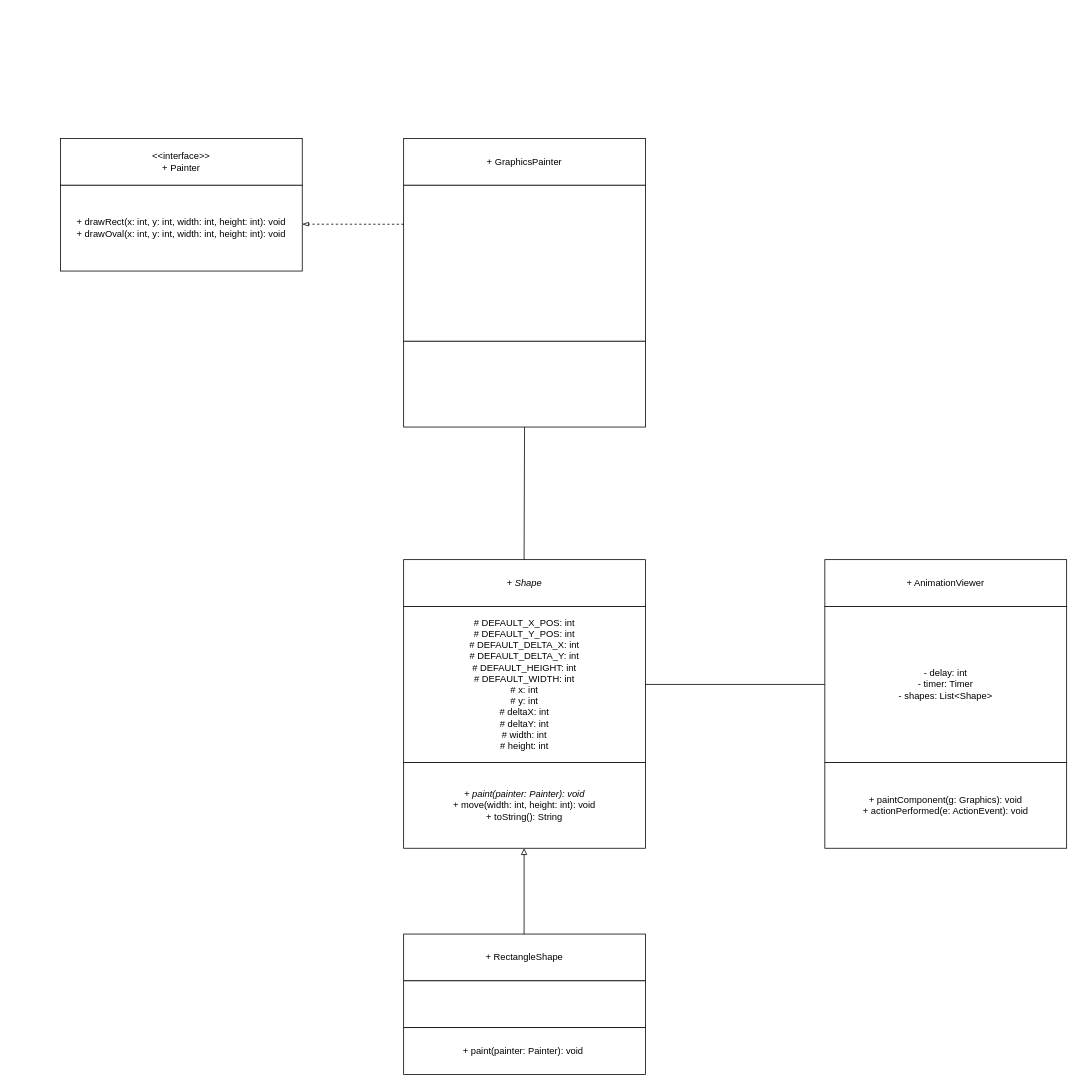
Above: UML for Bounce Project.drawio in ben-porteous/CompSci718-Miscellaneous (draw.io), before the change. Source tidied: cells renumbered, new cells numbered last; positions are measured from the earlier drawing's top-left corner, leaving out a move shared by most shapes. Both pictures are drawn from the tidied source at 78%, with x=0, y=0 at pixel (60, 138).
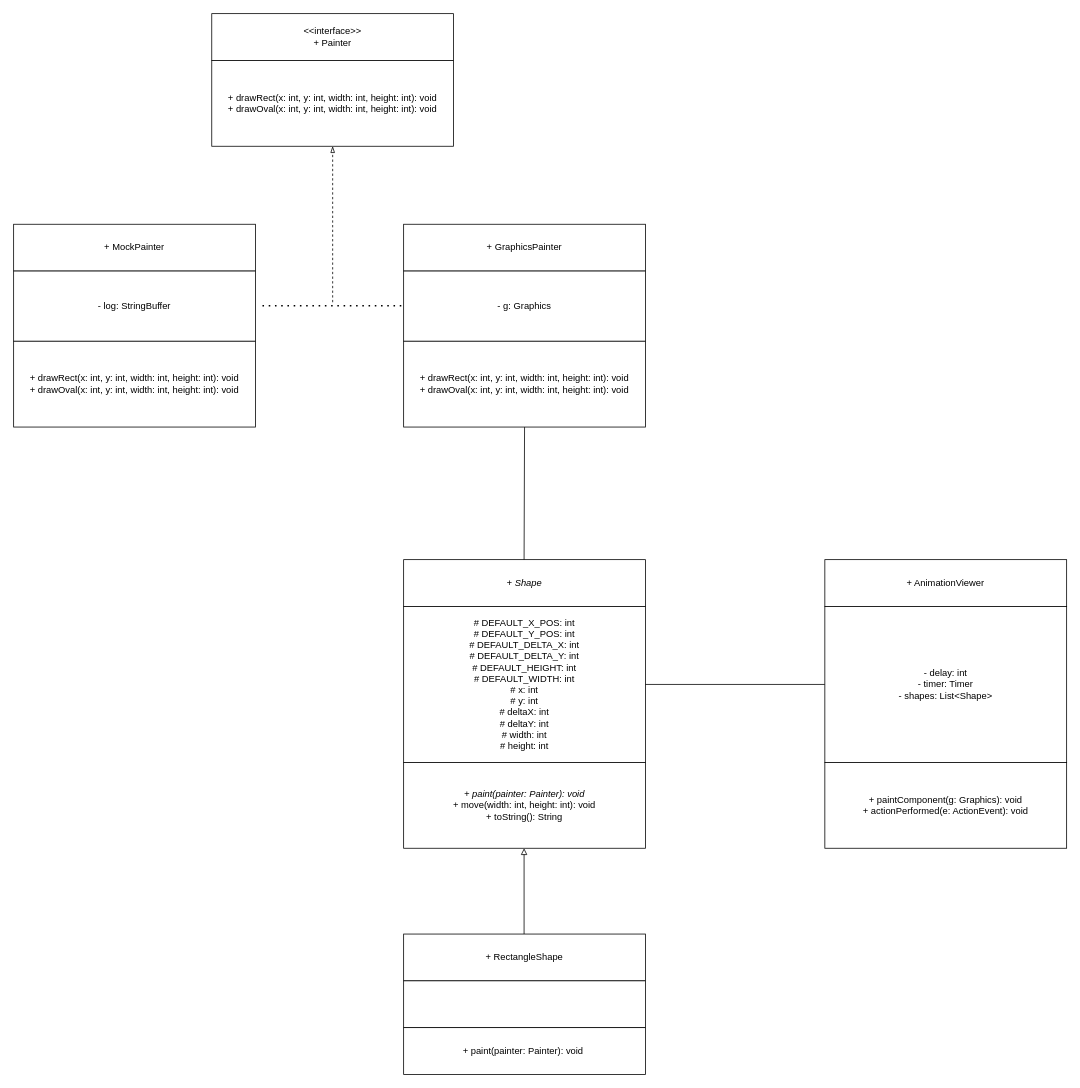
The same diagram, later.

Commit message:
Update UML for Bounce Project - complete Graphics classes.drawio

Diff of the diagram source:
```diff
@@
     <mxCell id="14" value="+ GraphicsPainter" style="rounded=0;whiteSpace=wrap;html=1;" parent="1" vertex="1">
-      <mxGeometry x="440" width="310" height="60" as="geometry" />
+      <mxGeometry x="440" y="110" width="310" height="60" as="geometry" />
     </mxCell>
-    <mxCell id="15" style="rounded=0;whiteSpace=wrap;html=1;" parent="1" vertex="1">
-      <mxGeometry x="440" y="60" width="310" height="200" as="geometry" />
+    <mxCell id="15" value="- g: Graphics" style="rounded=0;whiteSpace=wrap;html=1;" parent="1" vertex="1">
+      <mxGeometry x="440" y="170" width="310" height="90" as="geometry" />
     </mxCell>
-    <mxCell id="16" style="rounded=0;whiteSpace=wrap;html=1;" parent="1" vertex="1">
+    <mxCell id="16" value="+ drawRect(x: int, y: int, width: int, height: int): void&lt;div&gt;+ drawOval(x: int, y: int, width: int, height: int): void&lt;/div&gt;" style="rounded=0;whiteSpace=wrap;html=1;" parent="1" vertex="1">
       <mxGeometry x="440" y="260" width="310" height="110" as="geometry" />
     </mxCell>
     <mxCell id="17" value="&lt;div&gt;&amp;lt;&amp;lt;interface&amp;gt;&amp;gt;&lt;/div&gt;+ Painter" style="rounded=0;whiteSpace=wrap;html=1;" parent="1" vertex="1">
-      <mxGeometry width="310" height="60" as="geometry" />
+      <mxGeometry x="194" y="-160" width="310" height="60" as="geometry" />
     </mxCell>
     <mxCell id="18" value="+ drawRect(x: int, y: int, width: int, height: int): void&lt;div&gt;+ drawOval(x: int, y: int, width: int, height: int): void&lt;br&gt;&lt;/div&gt;" style="rounded=0;whiteSpace=wrap;html=1;" parent="1" vertex="1">
-      <mxGeometry y="60" width="310" height="110" as="geometry" />
+      <mxGeometry x="194" y="-100" width="310" height="110" as="geometry" />
     </mxCell>
-    <mxCell id="19" style="endArrow=blockThin;dashed=1;html=1;rounded=0;entryX=-0.001;entryY=0.306;entryDx=0;entryDy=0;entryPerimeter=0;endFill=0;" parent="1" edge="1">
+    <mxCell id="19" style="endArrow=blockThin;dashed=1;html=1;rounded=0;endFill=0;" parent="1" edge="1">
       <mxGeometry relative="1" as="geometry">
-        <mxPoint x="440" y="110" as="sourcePoint" />
-        <mxPoint x="310" y="109.9" as="targetPoint" />
+        <mxPoint x="349" y="210" as="sourcePoint" />
+        <mxPoint x="349" y="10" as="targetPoint" />
       </mxGeometry>
     </mxCell>
+    <mxCell id="20" style="endArrow=none;dashed=1;html=1;dashPattern=1 3;strokeWidth=2;rounded=0;" parent="1" edge="1">
+      <mxGeometry relative="1" as="geometry">
+        <mxPoint x="259" y="214.4" as="sourcePoint" />
+        <mxPoint x="439" y="214.4" as="targetPoint" />
+      </mxGeometry>
+    </mxCell>
+    <mxCell id="21" value="+ MockPainter" style="rounded=0;whiteSpace=wrap;html=1;" parent="1" vertex="1">
+      <mxGeometry x="-60" y="110" width="310" height="60" as="geometry" />
+    </mxCell>
+    <mxCell id="22" value="- log: StringBuffer" style="rounded=0;whiteSpace=wrap;html=1;" parent="1" vertex="1">
+      <mxGeometry x="-60" y="170" width="310" height="90" as="geometry" />
+    </mxCell>
+    <mxCell id="23" value="+ drawRect(x: int, y: int, width: int, height: int): void&lt;div&gt;+ drawOval(x: int, y: int, width: int, height: int): void&lt;/div&gt;" style="rounded=0;whiteSpace=wrap;html=1;" parent="1" vertex="1">
+      <mxGeometry x="-60" y="260" width="310" height="110" as="geometry" />
+    </mxCell>
```
